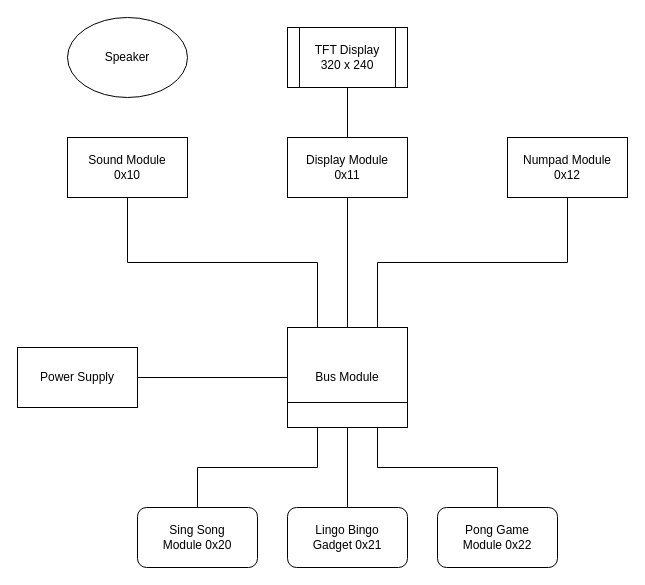
Earlier version of the draw.io diagram temp/fizzbizz.drawio (jeskes/activityboard). Source tidied: cells renumbered, new cells numbered last; positions are measured from the earlier drawing's top-left corner, leaving out a move shared by most shapes. Both pictures are drawn from the tidied source at 100%, with x=0, y=0 at pixel (17, 17).
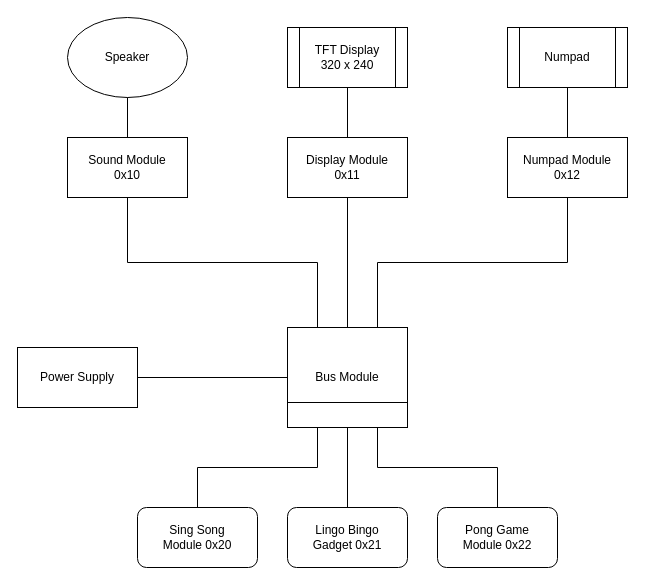
After the change.

The change refers to these unchanged cells:
```xml
<mxCell id="3" value="Sound Module&lt;br&gt;0x10" style="rounded=0;whiteSpace=wrap;html=1;" parent="1" vertex="1">
  <mxGeometry x="50" y="120" width="120" height="60" as="geometry" />
</mxCell>
<mxCell id="5" value="Numpad Module&lt;br&gt;0x12" style="rounded=0;whiteSpace=wrap;html=1;" parent="1" vertex="1">
  <mxGeometry x="490" y="120" width="120" height="60" as="geometry" />
</mxCell>
<mxCell id="18" value="Speaker" style="ellipse;whiteSpace=wrap;html=1;shapeInside=1;" parent="1" vertex="1">
  <mxGeometry x="50" width="120" height="80" as="geometry" />
</mxCell>
```

Diff of the diagram source:
```diff
@@
+    <mxCell id="21" style="endArrow=none;html=1;rounded=0;entryX=0.5;entryY=1;entryDx=0;entryDy=0;exitX=0.5;exitY=0;exitDx=0;exitDy=0;" parent="1" edge="1" source="3" target="18">
+      <mxGeometry relative="1" as="geometry" />
+    </mxCell>
+    <mxCell id="22" value="Numpad" style="shape=process;whiteSpace=wrap;html=1;backgroundOutline=1;" parent="1" vertex="1">
+      <mxGeometry x="490" y="10" width="120" height="60" as="geometry" />
+    </mxCell>
+    <mxCell id="23" style="endArrow=none;html=1;rounded=0;entryX=0.5;entryY=1;entryDx=0;entryDy=0;exitX=0.5;exitY=0;exitDx=0;exitDy=0;" parent="1" edge="1" source="5" target="22">
+      <mxGeometry relative="1" as="geometry" />
+    </mxCell>
```
